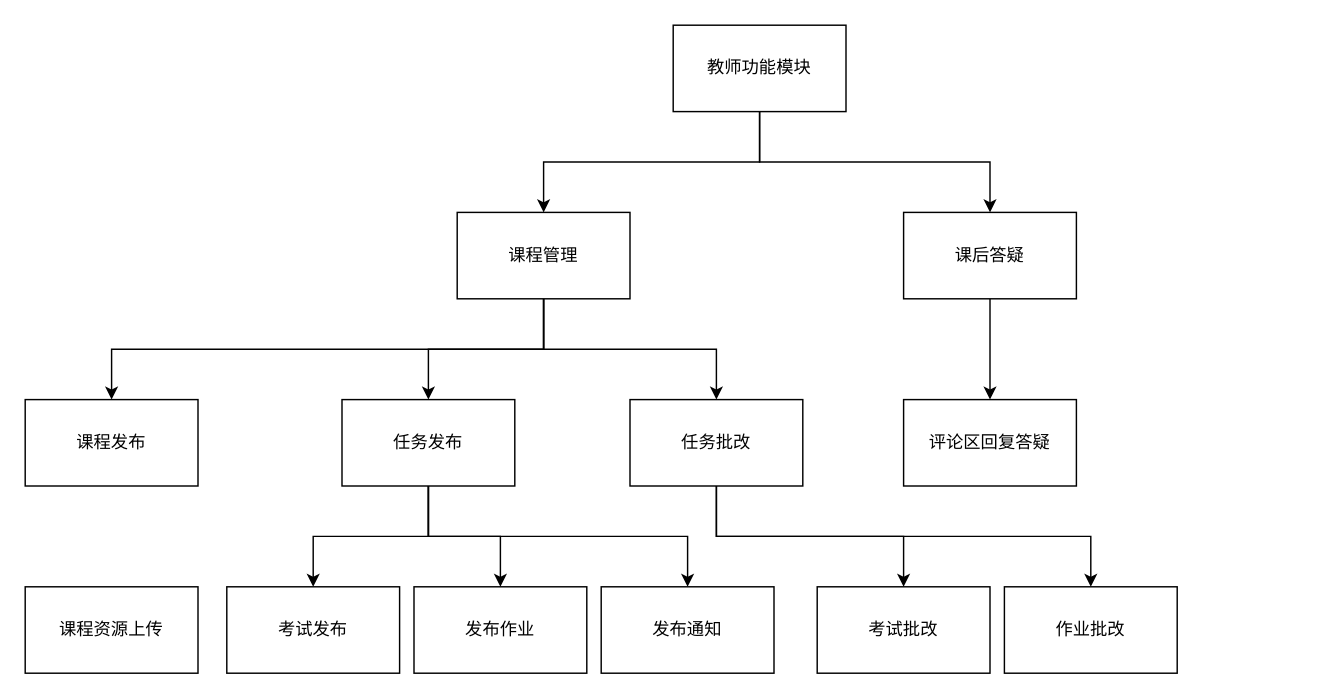
YuChenLiao/UML keeps this draw.io diagram as 教师功能模块层次图.drawio. Above is the earlier version. Source tidied: cells renumbered, new cells numbered last; positions are measured from the earlier drawing's top-left corner, leaving out a move shared by most shapes. Both pictures are drawn from the tidied source at 144%, with x=0, y=0 at pixel (24, 24).
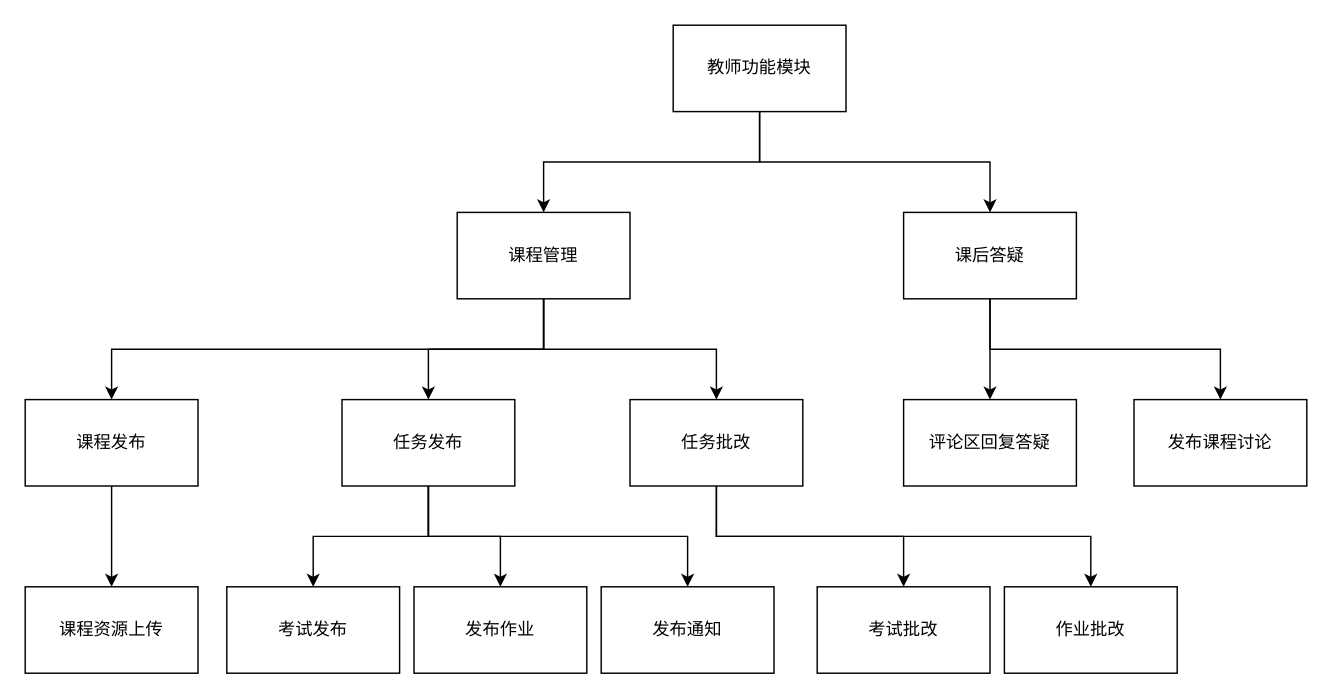
The same page after the edit.

Commit message:
更新教师功能模块层次图.drawio

Unchanged cells that the change refers to:
```xml
<mxCell id="10" value="课后答疑" style="rounded=0;whiteSpace=wrap;html=1;" parent="1" vertex="1">
  <mxGeometry x="610" y="130" width="120" height="60" as="geometry" />
</mxCell>
<mxCell id="11" value="课程发布" style="rounded=0;whiteSpace=wrap;html=1;" parent="1" vertex="1">
  <mxGeometry y="260" width="120" height="60" as="geometry" />
</mxCell>
<mxCell id="12" value="课程资源上传" style="rounded=0;whiteSpace=wrap;html=1;" parent="1" vertex="1">
  <mxGeometry y="390" width="120" height="60" as="geometry" />
</mxCell>
```

The edit, as a diff of the source:
```diff
@@
+    <mxCell id="26" style="edgeStyle=orthogonalEdgeStyle;rounded=0;jettySize=auto;html=1;exitX=0.5;exitY=1;exitDx=0;exitDy=0;" parent="1" edge="1" source="10" target="28">
+      <mxGeometry relative="1" as="geometry" />
+    </mxCell>
@@
+    <mxCell id="27" style="edgeStyle=orthogonalEdgeStyle;rounded=0;jettySize=auto;html=1;exitX=0.5;exitY=1;exitDx=0;exitDy=0;entryX=0.5;entryY=0;entryDx=0;entryDy=0;" parent="1" edge="1" source="11" target="12">
+      <mxGeometry relative="1" as="geometry" />
+    </mxCell>
@@
+    <mxCell id="28" value="发布课程讨论" style="rounded=0;whiteSpace=wrap;html=1;" parent="1" vertex="1">
+      <mxGeometry x="770" y="260" width="120" height="60" as="geometry" />
+    </mxCell>
```
